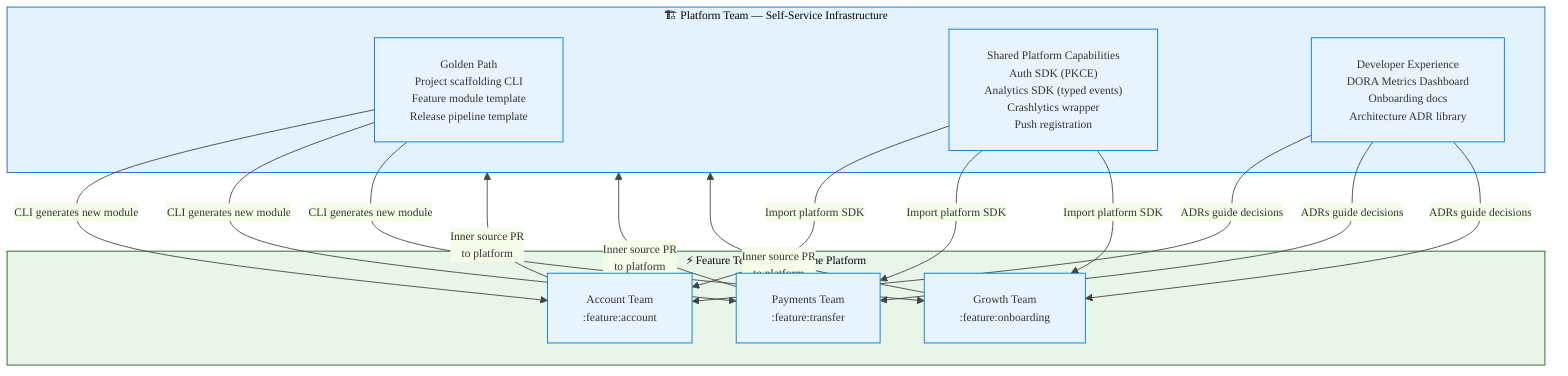
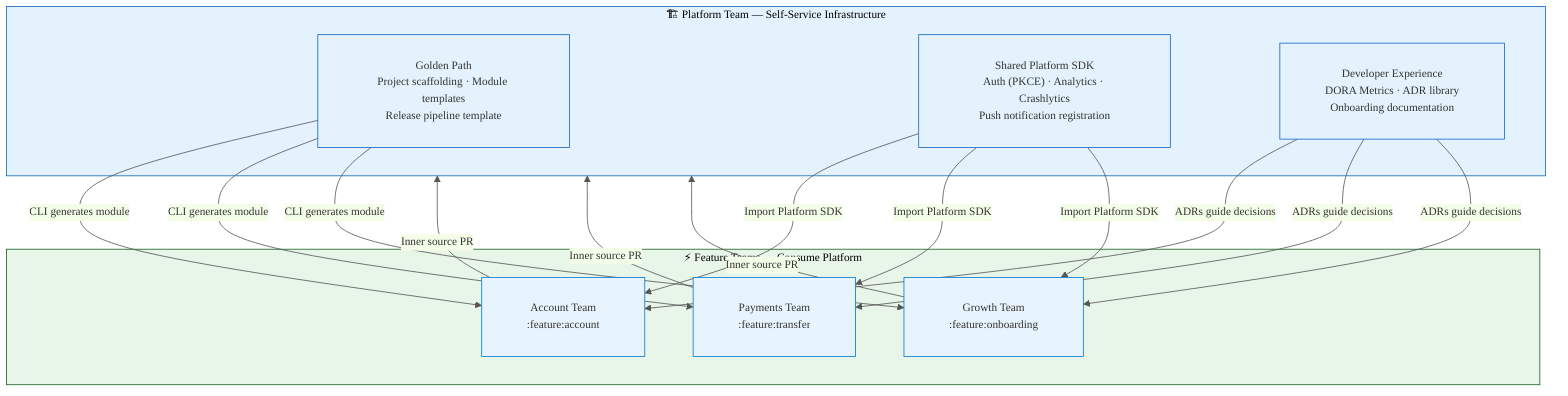
- %%{init:{'theme':'base','themeVariables':{'primaryColor':'#E8F4FD','primaryBorderColor':'#0078D4','lineColor':'#444444','fontFamily':'IBM Plex Sans','fontSize':'13px'},'flowchart':{'curve':'orthogonal','padding':20}}}%%
+ %%{init:{'theme':'base','themeVariables':{'fontSize':'14px','fontFamily':'IBM Plex Sans','primaryColor':'#E8F4FD','primaryBorderColor':'#0078D4','lineColor':'#555555','clusterBkg':'#F8F9FA'},'flowchart':{'curve':'orthogonal','padding':28,'nodeSpacing':60,'rankSpacing':70}}}%%
flowchart TD
    subgraph PT["🏗 Platform Team — Self-Service Infrastructure"]
-         GP["Golden Path
- Project scaffolding CLI
- Feature module template
- Release pipeline template"]
-         SPC["Shared Platform Capabilities
- Auth SDK (PKCE)
- Analytics SDK (typed events)
- Crashlytics wrapper
- Push registration"]
-         DX["Developer Experience
- DORA Metrics Dashboard
- Onboarding docs
- Architecture ADR library"]
+         GP["Golden Path\nProject scaffolding · Module templates\nRelease pipeline template"]
+         SPC["Shared Platform SDK\nAuth (PKCE) · Analytics · Crashlytics\nPush notification registration"]
+         DX["Developer Experience\nDORA Metrics · ADR library\nOnboarding documentation"]
    end
    subgraph FT["⚡ Feature Teams — Consume Platform"]
-         T1["Account Team
- :feature:account"]
-         T2["Payments Team
- :feature:transfer"]
-         T3["Growth Team
- :feature:onboarding"]
+         T1["Account Team\n:feature:account"]
+         T2["Payments Team\n:feature:transfer"]
+         T3["Growth Team\n:feature:onboarding"]
    end
-     GP -->|"CLI generates new module"| T1 & T2 & T3
-     SPC -->|"Import platform SDK"| T1 & T2 & T3
+     GP -->|"CLI generates module"| T1 & T2 & T3
+     SPC -->|"Import Platform SDK"| T1 & T2 & T3
    DX -->|"ADRs guide decisions"| T1 & T2 & T3
-     T1 & T2 & T3 -->|"Inner source PR
- to platform"| PT
+     T1 & T2 & T3 -->|"Inner source PR"| PT
    style PT fill:#E3F2FD,stroke:#1565C0
    style FT fill:#E8F5E9,stroke:#1B5E20
+     style GP fill:#E3F2FD,stroke:#1565C0
+     style SPC fill:#E3F2FD,stroke:#1565C0
+     style DX fill:#E3F2FD,stroke:#1565C0
